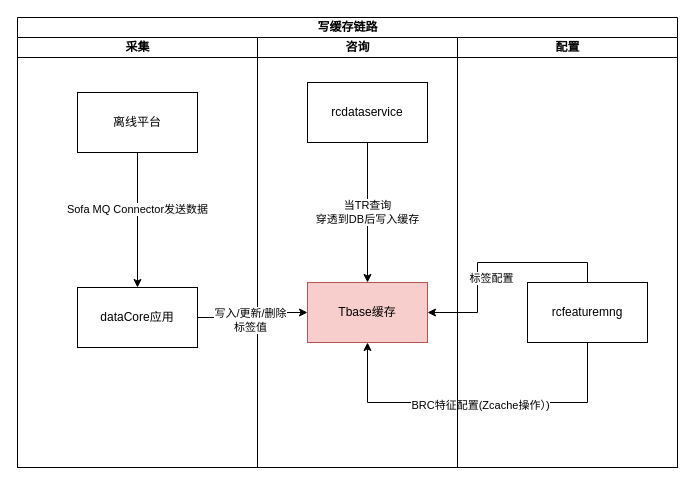
Above: doc/draw/特征缓存上下游一览图.drawio in LiYeLin/fruitSellerClient (draw.io), before the change. Source tidied: cells renumbered, new cells numbered last; positions are measured from the earlier drawing's top-left corner, leaving out a move shared by most shapes. Both pictures are drawn from the tidied source at 100%, with x=0, y=0 at pixel (17, 17).
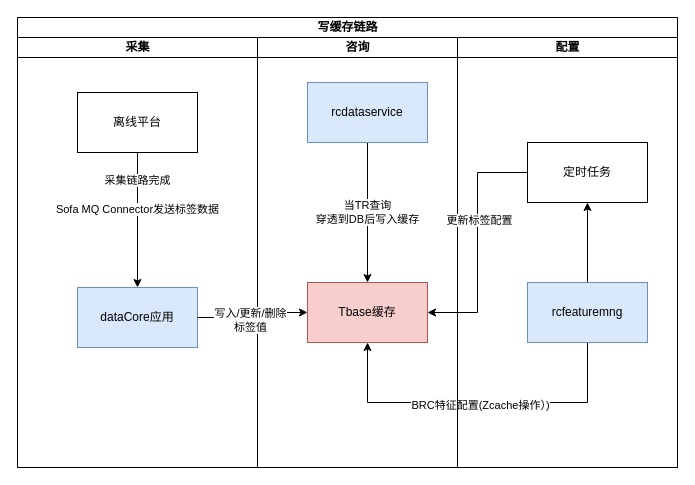
After the change.

Commit message (it also covers changes not shown here):
更新特征缓存上下游一览图.drawio

The change refers to these unchanged cells:
```xml
<mxCell id="2" value="写缓存链路" style="swimlane;startSize=20;html=1;" parent="1" vertex="1">
  <mxGeometry width="660" height="450" as="geometry" />
</mxCell>
<mxCell id="3" value="采集" style="swimlane;startSize=20;html=1;" parent="2" vertex="1">
  <mxGeometry y="20" width="240" height="430" as="geometry" />
</mxCell>
<mxCell id="4" style="edgeStyle=orthogonalEdgeStyle;rounded=0;jettySize=auto;html=1;" parent="3" edge="1" source="6" target="7">
  <mxGeometry relative="1" as="geometry" />
</mxCell>
<mxCell id="8" value="咨询" style="swimlane;startSize=20;html=1;" parent="2" vertex="1">
  <mxGeometry x="240" y="20" width="200" height="430" as="geometry" />
</mxCell>
<mxCell id="11" value="Tbase缓存" style="whiteSpace=wrap;html=1;fillColor=#f8cecc;strokeColor=#b85450;" parent="8" vertex="1">
  <mxGeometry x="50" y="245" width="120" height="60" as="geometry" />
</mxCell>
<mxCell id="18" value="配置" style="swimlane;startSize=20;html=1;" parent="2" vertex="1">
  <mxGeometry x="440" y="20" width="220" height="430" as="geometry" />
</mxCell>
```

What changed in the source:
```diff
@@
-    <mxCell id="5" value="Sofa MQ Connector发送数据" style="edgeLabel;html=1;align=center;verticalAlign=middle;" parent="4" vertex="1">
+    <mxCell id="5" value="Sofa MQ Connector发送标签数据" style="edgeLabel;html=1;align=center;verticalAlign=middle;" parent="4" vertex="1">
       <mxGeometry x="-0.17" y="-1" relative="1" as="geometry" />
     </mxCell>
+    <mxCell id="20" value="采集链路完成" style="edgeLabel;html=1;align=center;verticalAlign=middle;" parent="4" vertex="1">
+      <mxGeometry x="-0.6" y="-1" relative="1" as="geometry" />
+    </mxCell>
@@
-    <mxCell id="7" value="dataCore应用" style="whiteSpace=wrap;html=1;" parent="3" vertex="1">
+    <mxCell id="7" value="dataCore应用" style="whiteSpace=wrap;html=1;fillColor=#dae8fc;strokeColor=#6c8ebf;" parent="3" vertex="1">
       <mxGeometry x="60" y="250" width="120" height="60" as="geometry" />
     </mxCell>
@@
-    <mxCell id="10" value="rcdataservice" style="whiteSpace=wrap;html=1;" parent="8" vertex="1">
+    <mxCell id="10" value="rcdataservice" style="whiteSpace=wrap;html=1;fillColor=#dae8fc;strokeColor=#6c8ebf;" parent="8" vertex="1">
       <mxGeometry x="50" y="45" width="120" height="60" as="geometry" />
     </mxCell>
@@
-    <mxCell id="12" style="edgeStyle=orthogonalEdgeStyle;rounded=0;jettySize=auto;html=1;exitX=0.5;exitY=0;exitDx=0;exitDy=0;" parent="2" edge="1" source="19" target="11">
-      <mxGeometry relative="1" as="geometry" />
-    </mxCell>
-    <mxCell id="13" value="标签配置" style="edgeLabel;html=1;align=center;verticalAlign=middle;" parent="12" vertex="1">
-      <mxGeometry x="0.28" y="2" relative="1" as="geometry">
-        <mxPoint x="11" y="-2" as="offset" />
-      </mxGeometry>
-    </mxCell>
@@
+    <mxCell id="21" style="edgeStyle=orthogonalEdgeStyle;rounded=0;jettySize=auto;html=1;" parent="18" edge="1" source="19" target="22">
+      <mxGeometry relative="1" as="geometry" />
+    </mxCell>
-    <mxCell id="19" value="rcfeaturemng" style="rounded=0;whiteSpace=wrap;html=1;" parent="18" vertex="1">
+    <mxCell id="19" value="rcfeaturemng" style="rounded=0;whiteSpace=wrap;html=1;fillColor=#dae8fc;strokeColor=#6c8ebf;" parent="18" vertex="1">
       <mxGeometry x="70" y="245" width="120" height="60" as="geometry" />
     </mxCell>
+    <mxCell id="22" value="定时任务" style="rounded=0;whiteSpace=wrap;html=1;" parent="18" vertex="1">
+      <mxGeometry x="70" y="105" width="120" height="60" as="geometry" />
+    </mxCell>
+    <mxCell id="23" style="edgeStyle=orthogonalEdgeStyle;rounded=0;jettySize=auto;html=1;entryX=1;entryY=0.5;entryDx=0;entryDy=0;" parent="2" edge="1" source="22" target="11">
+      <mxGeometry relative="1" as="geometry" />
+    </mxCell>
+    <mxCell id="24" value="更新标签配置" style="edgeLabel;html=1;align=center;verticalAlign=middle;" parent="23" vertex="1">
+      <mxGeometry x="-0.19" y="1" relative="1" as="geometry" />
+    </mxCell>
```
